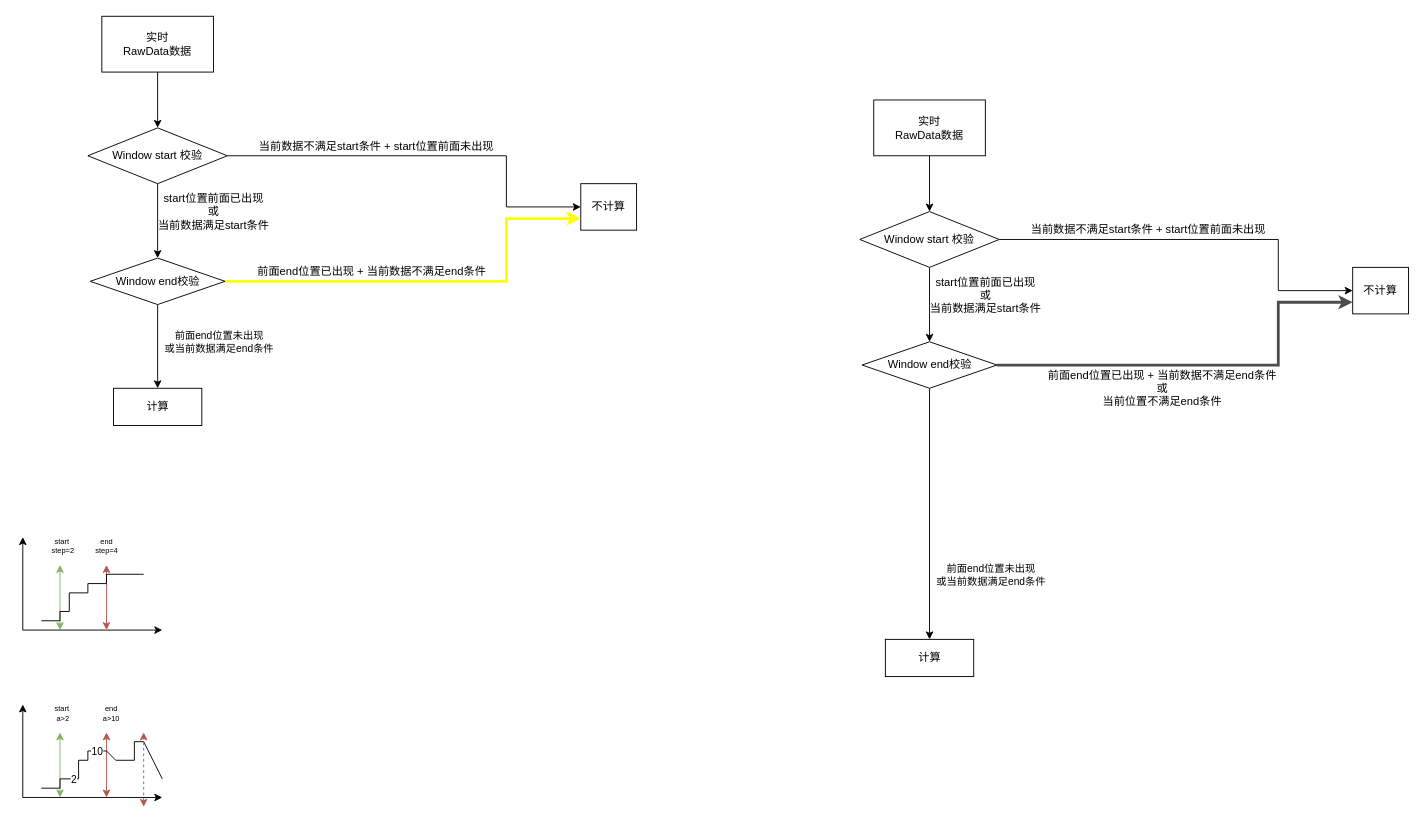
Above: RawData计算Window卡控范围校验.drawio in siyawu/draw (draw.io), before the change. Source tidied: cells renumbered, new cells numbered last; positions are measured from the earlier drawing's top-left corner, leaving out a move shared by most shapes. Both pictures are drawn from the tidied source at 93%, with x=0, y=0 at pixel (22, 16).
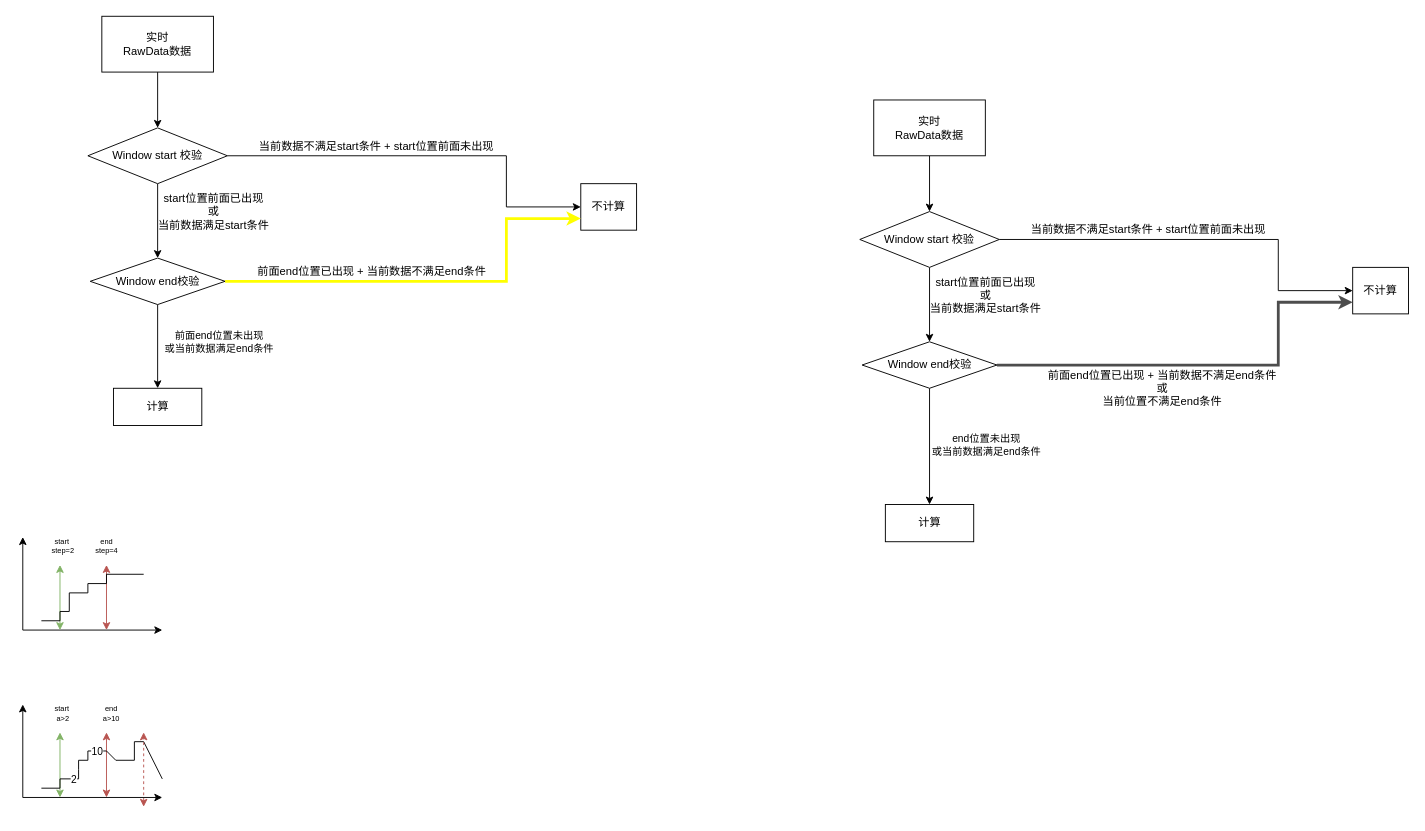
Above is the later version.

Commit message:
更新RawData计算Window卡控范围校验.drawio

The change refers to these unchanged cells:
```xml
<mxCell id="41" style="edgeStyle=orthogonalEdgeStyle;rounded=0;jettySize=auto;html=1;" parent="1" edge="1" source="43" target="46">
  <mxGeometry relative="1" as="geometry" />
</mxCell>
```

Change to the diagram source:
```diff
@@
-    <mxCell id="42" value="前面end位置未出现&lt;br&gt;或当前数据满足end条件&lt;br&gt;" style="edgeLabel;html=1;align=center;verticalAlign=middle;" parent="41" vertex="1">
+    <mxCell id="42" value="end位置未出现&lt;br&gt;或当前数据满足end条件" style="edgeLabel;html=1;align=center;verticalAlign=middle;" parent="41" vertex="1">
       <mxGeometry x="-0.45" relative="1" as="geometry">
-        <mxPoint x="65" y="126" as="offset" />
+        <mxPoint x="60" y="26" as="offset" />
       </mxGeometry>
     </mxCell>
@@
     <mxCell id="46" value="计算" style="whiteSpace=wrap;html=1;rounded=0;" parent="1" vertex="1">
-      <mxGeometry x="927.5" y="670" width="95" height="40" as="geometry" />
+      <mxGeometry x="927.5" y="525" width="95" height="40" as="geometry" />
     </mxCell>
```
